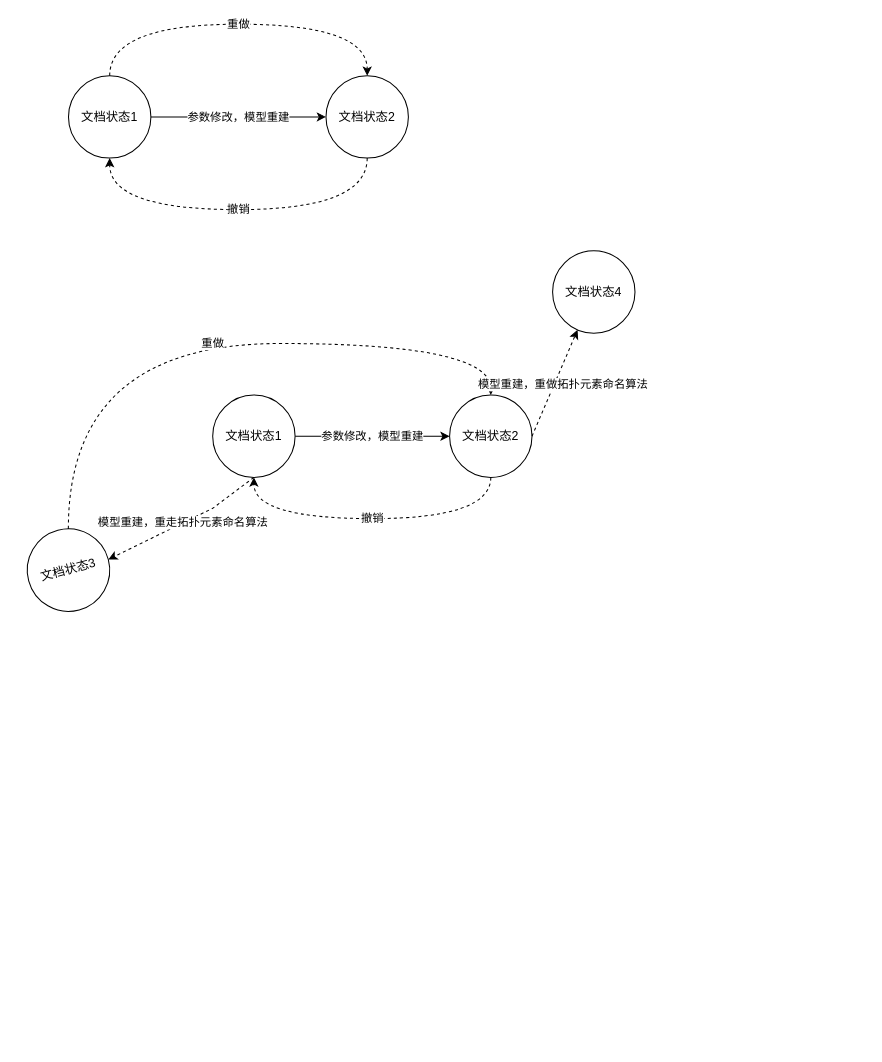
The draw.io diagram OCAF撤销重做.drawio in liuhuliuhu123/First-test, before the edit. Source tidied: cells renumbered, new cells numbered last; positions are measured from the earlier drawing's top-left corner, leaving out a move shared by most shapes. Both pictures are drawn from the tidied source at 103%, with x=0, y=0 at pixel (27, 24).
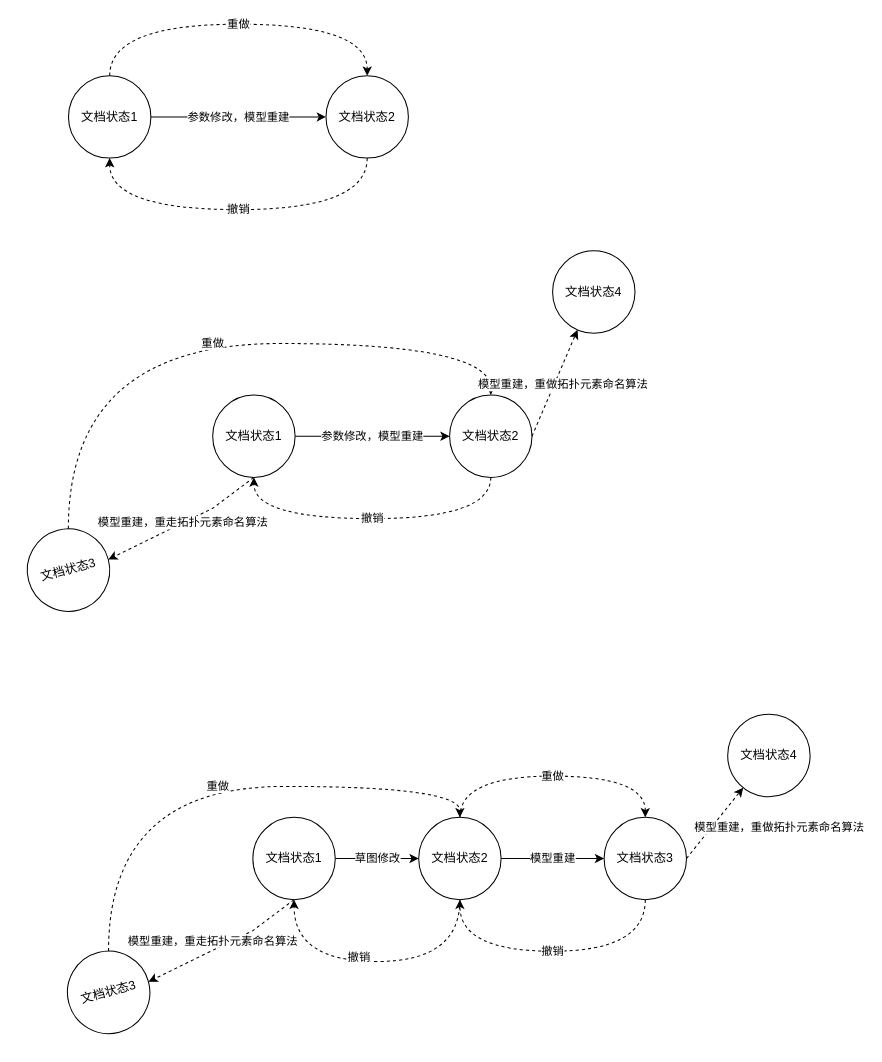
The same diagram, later.

Commit message (it also covers changes not shown here):
更新OCAF撤销重做.drawio

Diff of the diagram source:
```diff
@@
+    <mxCell id="16" value="草图修改" style="edgeStyle=orthogonalEdgeStyle;rounded=0;jettySize=auto;html=1;entryX=0;entryY=0.5;entryDx=0;entryDy=0;" parent="1" edge="1" source="17" target="25">
+      <mxGeometry relative="1" as="geometry" />
+    </mxCell>
+    <mxCell id="17" value="文档状态1" style="ellipse;whiteSpace=wrap;html=1;" parent="1" vertex="1">
+      <mxGeometry x="219" y="770" width="80" height="80" as="geometry" />
+    </mxCell>
+    <mxCell id="18" value="文档状态3" style="ellipse;whiteSpace=wrap;html=1;" parent="1" vertex="1">
+      <mxGeometry x="560" y="770" width="80" height="80" as="geometry" />
+    </mxCell>
+    <mxCell id="19" value="撤销" style="endArrow=classic;html=1;rounded=0;exitX=0.5;exitY=1;exitDx=0;exitDy=0;edgeStyle=orthogonalEdgeStyle;curved=1;dashed=1;entryX=0.5;entryY=1;entryDx=0;entryDy=0;" parent="1" edge="1" source="18" target="25">
+      <mxGeometry relative="1" as="geometry">
+        <Array as="points">
+          <mxPoint x="600" y="900" />
+          <mxPoint x="420" y="900" />
+        </Array>
+      </mxGeometry>
+    </mxCell>
+    <mxCell id="20" value="重做" style="endArrow=classic;html=1;rounded=0;edgeStyle=orthogonalEdgeStyle;entryX=0.5;entryY=0;entryDx=0;entryDy=0;curved=1;dashed=1;" parent="1" edge="1" source="22" target="25">
+      <mxGeometry relative="1" as="geometry">
+        <Array as="points">
+          <mxPoint x="79" y="740" />
+          <mxPoint x="420" y="740" />
+        </Array>
+      </mxGeometry>
+    </mxCell>
+    <mxCell id="21" value="模型重建，重走拓扑元素命名算法" style="endArrow=classic;html=1;rounded=0;dashed=1;entryX=1;entryY=0.5;entryDx=0;entryDy=0;" parent="1" edge="1" target="22">
+      <mxGeometry x="0.1" y="-8" relative="1" as="geometry">
+        <mxPoint x="259" y="850" as="sourcePoint" />
+        <Array as="points">
+          <mxPoint x="219" y="880" />
+        </Array>
+      </mxGeometry>
+    </mxCell>
+    <mxCell id="22" value="文档状态3" style="ellipse;whiteSpace=wrap;html=1;rotation=-15;" parent="1" vertex="1">
+      <mxGeometry x="39" y="900" width="80" height="80" as="geometry" />
+    </mxCell>
+    <mxCell id="23" value="模型重建，重做拓扑元素命名算法" style="endArrow=classic;html=1;rounded=0;exitX=1;exitY=0.5;exitDx=0;exitDy=0;dashed=1;" parent="1" edge="1" source="18" target="24">
+      <mxGeometry x="0.81" y="-52" relative="1" as="geometry">
+        <mxPoint x="-1" as="offset" />
+      </mxGeometry>
+    </mxCell>
+    <mxCell id="24" value="文档状态4" style="ellipse;whiteSpace=wrap;html=1;" parent="1" vertex="1">
+      <mxGeometry x="680" y="670" width="80" height="80" as="geometry" />
+    </mxCell>
+    <mxCell id="25" value="文档状态2" style="ellipse;whiteSpace=wrap;html=1;" parent="1" vertex="1">
+      <mxGeometry x="380" y="770" width="80" height="80" as="geometry" />
+    </mxCell>
+    <mxCell id="26" value="模型重建" style="endArrow=classic;html=1;rounded=0;exitX=1;exitY=0.5;exitDx=0;exitDy=0;entryX=0;entryY=0.5;entryDx=0;entryDy=0;" parent="1" edge="1" source="25" target="18">
+      <mxGeometry relative="1" as="geometry" />
+    </mxCell>
+    <mxCell id="27" style="endArrow=classic;html=1;rounded=0;exitX=0.5;exitY=1;exitDx=0;exitDy=0;dashed=1;edgeStyle=orthogonalEdgeStyle;curved=1;entryX=0.5;entryY=1;entryDx=0;entryDy=0;" parent="1" edge="1" source="25" target="17">
+      <mxGeometry relative="1" as="geometry">
+        <Array as="points">
+          <mxPoint x="420" y="910" />
+          <mxPoint x="259" y="910" />
+        </Array>
+      </mxGeometry>
+    </mxCell>
+    <mxCell id="28" value="撤销" style="edgeLabel;html=1;align=center;verticalAlign=middle;" parent="27" vertex="1">
+      <mxGeometry x="0.13" y="-5" relative="1" as="geometry" />
+    </mxCell>
+    <mxCell id="29" value="重做" style="endArrow=classic;html=1;rounded=0;exitX=0.5;exitY=0;exitDx=0;exitDy=0;edgeStyle=orthogonalEdgeStyle;curved=1;entryX=0.5;entryY=0;entryDx=0;entryDy=0;dashed=1;" parent="1" edge="1" source="25" target="18">
+      <mxGeometry relative="1" as="geometry">
+        <Array as="points">
+          <mxPoint x="420" y="730" />
+          <mxPoint x="600" y="730" />
+        </Array>
+      </mxGeometry>
+    </mxCell>
```
